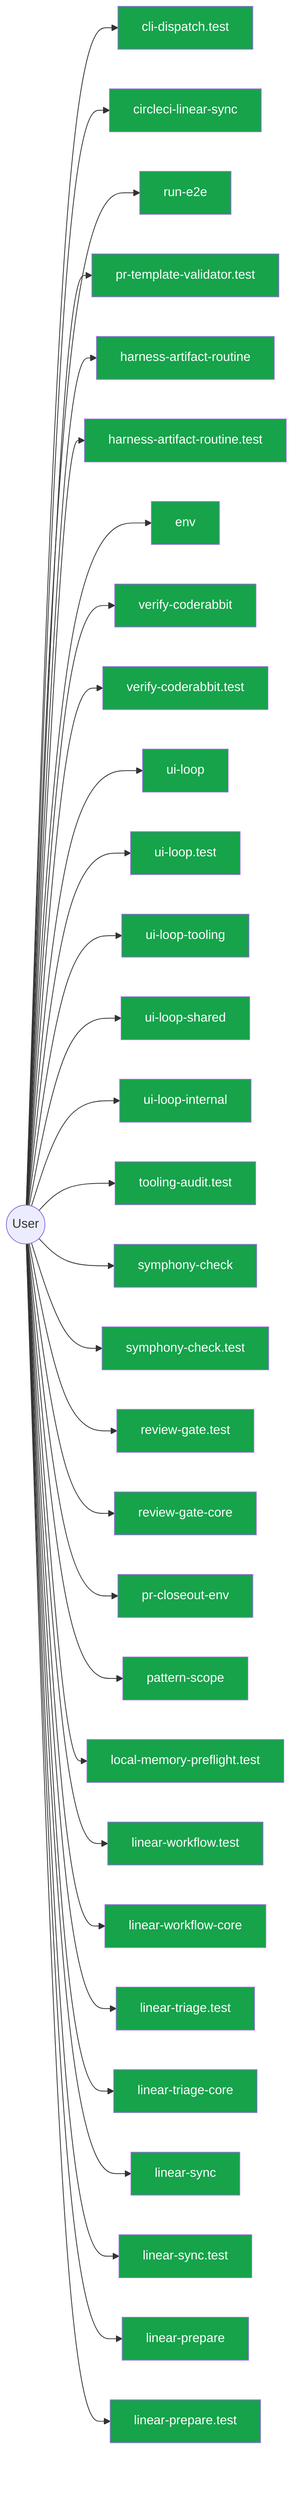
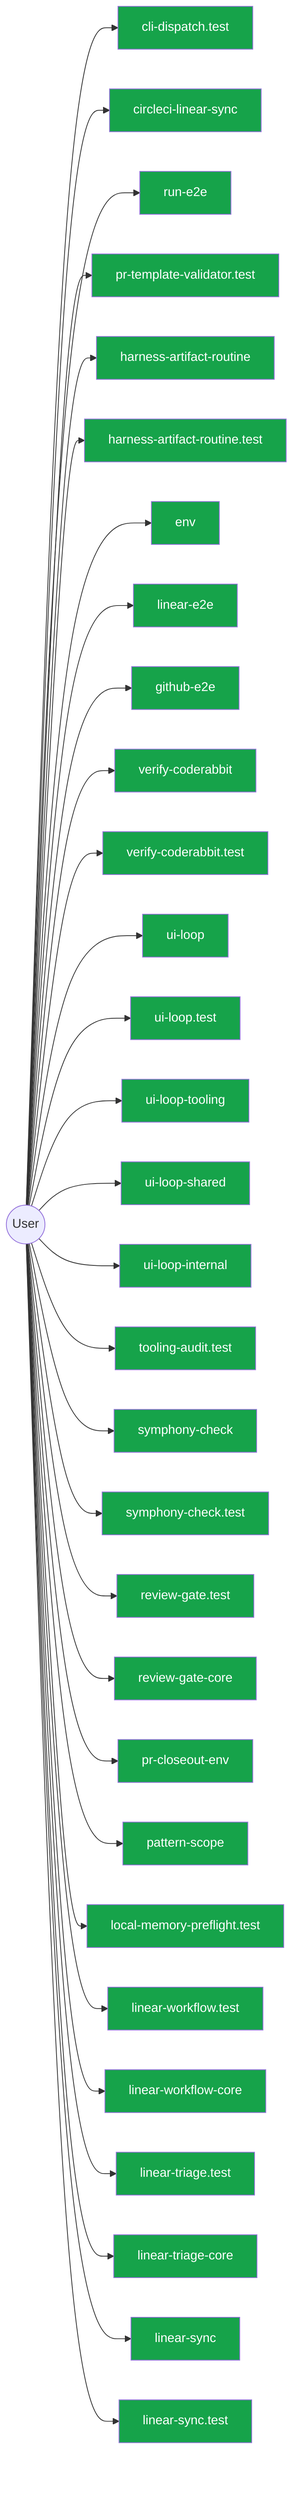
flowchart LR
  User(("User"))
  cli_dispatch_test_54c9f17b["cli-dispatch.test"]
  User --> cli_dispatch_test_54c9f17b
  circleci_linear_sync_19c0d6da["circleci-linear-sync"]
  User --> circleci_linear_sync_19c0d6da
  run_e2e_39efe696["run-e2e"]
  User --> run_e2e_39efe696
  pr_template_validator_test_569b1cef["pr-template-validator.test"]
  User --> pr_template_validator_test_569b1cef
  harness_artifact_routine_17afacff["harness-artifact-routine"]
  User --> harness_artifact_routine_17afacff
  harness_artifact_routine_test_299f387d["harness-artifact-routine.test"]
  User --> harness_artifact_routine_test_299f387d
  env_b77349bf["env"]
  User --> env_b77349bf
+   linear_e2e_decf3708["linear-e2e"]
+   User --> linear_e2e_decf3708
+   github_e2e_2891a341["github-e2e"]
+   User --> github_e2e_2891a341
  verify_coderabbit_490b4e71["verify-coderabbit"]
  User --> verify_coderabbit_490b4e71
  verify_coderabbit_test_46cfcf29["verify-coderabbit.test"]
  User --> verify_coderabbit_test_46cfcf29
  ui_loop_11660889["ui-loop"]
  User --> ui_loop_11660889
  ui_loop_test_f0eabc42["ui-loop.test"]
  User --> ui_loop_test_f0eabc42
  ui_loop_tooling_12b2d2c7["ui-loop-tooling"]
  User --> ui_loop_tooling_12b2d2c7
  ui_loop_shared_8c83b841["ui-loop-shared"]
  User --> ui_loop_shared_8c83b841
  ui_loop_internal_f2eb8892["ui-loop-internal"]
  User --> ui_loop_internal_f2eb8892
  tooling_audit_test_d2aee28c["tooling-audit.test"]
  User --> tooling_audit_test_d2aee28c
  symphony_check_e97f2ea0["symphony-check"]
  User --> symphony_check_e97f2ea0
  symphony_check_test_6cb33eb2["symphony-check.test"]
  User --> symphony_check_test_6cb33eb2
  review_gate_test_000e2ed6["review-gate.test"]
  User --> review_gate_test_000e2ed6
  review_gate_core_4c8001f9["review-gate-core"]
  User --> review_gate_core_4c8001f9
  pr_closeout_env_9bfcd9ef["pr-closeout-env"]
  User --> pr_closeout_env_9bfcd9ef
  pattern_scope_61ff946d["pattern-scope"]
  User --> pattern_scope_61ff946d
  local_memory_preflight_test_5e323bbf["local-memory-preflight.test"]
  User --> local_memory_preflight_test_5e323bbf
  linear_workflow_test_a351dcb0["linear-workflow.test"]
  User --> linear_workflow_test_a351dcb0
  linear_workflow_core_0e19cff4["linear-workflow-core"]
  User --> linear_workflow_core_0e19cff4
  linear_triage_test_1b75a8b8["linear-triage.test"]
  User --> linear_triage_test_1b75a8b8
  linear_triage_core_7cbca73e["linear-triage-core"]
  User --> linear_triage_core_7cbca73e
  linear_sync_a2fa2bf7["linear-sync"]
  User --> linear_sync_a2fa2bf7
  linear_sync_test_da1e1eab["linear-sync.test"]
  User --> linear_sync_test_da1e1eab
-   linear_prepare_0c613ba6["linear-prepare"]
-   User --> linear_prepare_0c613ba6
-   linear_prepare_test_678f11a9["linear-prepare.test"]
-   User --> linear_prepare_test_678f11a9
  classDef userNode fill:#16a34a,color:#fff
-   class cli_dispatch_test_54c9f17b,circleci_linear_sync_19c0d6da,run_e2e_39efe696,pr_template_validator_test_569b1cef,harness_artifact_routine_17afacff,harness_artifact_routine_test_299f387d,env_b77349bf,verify_coderabbit_490b4e71,verify_coderabbit_test_46cfcf29,ui_loop_11660889,ui_loop_test_f0eabc42,ui_loop_tooling_12b2d2c7,ui_loop_shared_8c83b841,ui_loop_internal_f2eb8892,tooling_audit_test_d2aee28c,symphony_check_e97f2ea0,symphony_check_test_6cb33eb2,review_gate_test_000e2ed6,review_gate_core_4c8001f9,pr_closeout_env_9bfcd9ef,pattern_scope_61ff946d,local_memory_preflight_test_5e323bbf,linear_workflow_test_a351dcb0,linear_workflow_core_0e19cff4,linear_triage_test_1b75a8b8,linear_triage_core_7cbca73e,linear_sync_a2fa2bf7,linear_sync_test_da1e1eab,linear_prepare_0c613ba6,linear_prepare_test_678f11a9 userNode
+   class cli_dispatch_test_54c9f17b,circleci_linear_sync_19c0d6da,run_e2e_39efe696,pr_template_validator_test_569b1cef,harness_artifact_routine_17afacff,harness_artifact_routine_test_299f387d,env_b77349bf,linear_e2e_decf3708,github_e2e_2891a341,verify_coderabbit_490b4e71,verify_coderabbit_test_46cfcf29,ui_loop_11660889,ui_loop_test_f0eabc42,ui_loop_tooling_12b2d2c7,ui_loop_shared_8c83b841,ui_loop_internal_f2eb8892,tooling_audit_test_d2aee28c,symphony_check_e97f2ea0,symphony_check_test_6cb33eb2,review_gate_test_000e2ed6,review_gate_core_4c8001f9,pr_closeout_env_9bfcd9ef,pattern_scope_61ff946d,local_memory_preflight_test_5e323bbf,linear_workflow_test_a351dcb0,linear_workflow_core_0e19cff4,linear_triage_test_1b75a8b8,linear_triage_core_7cbca73e,linear_sync_a2fa2bf7,linear_sync_test_da1e1eab userNode
